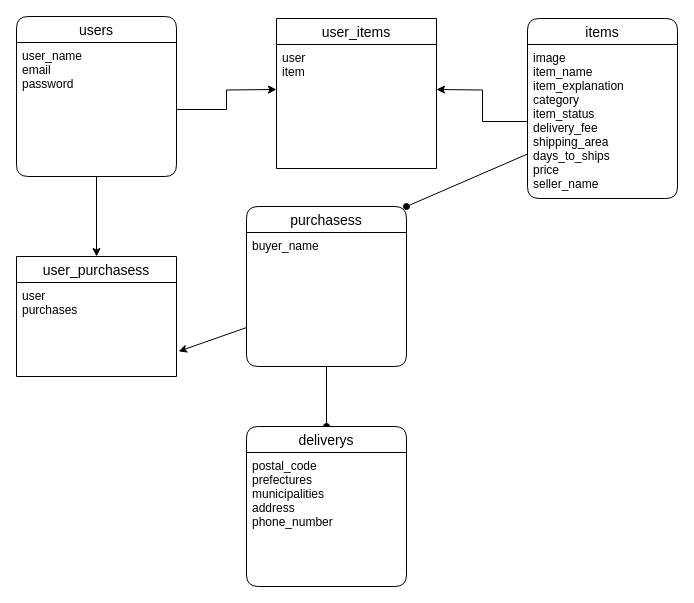
Above: test.dio in yamamuro1138/furima-29632 (draw.io), before the change. Source tidied: cells renumbered, new cells numbered last; positions are measured from the earlier drawing's top-left corner, leaving out a move shared by most shapes. Both pictures are drawn from the tidied source at 100%, with x=0, y=0 at pixel (16, 16).
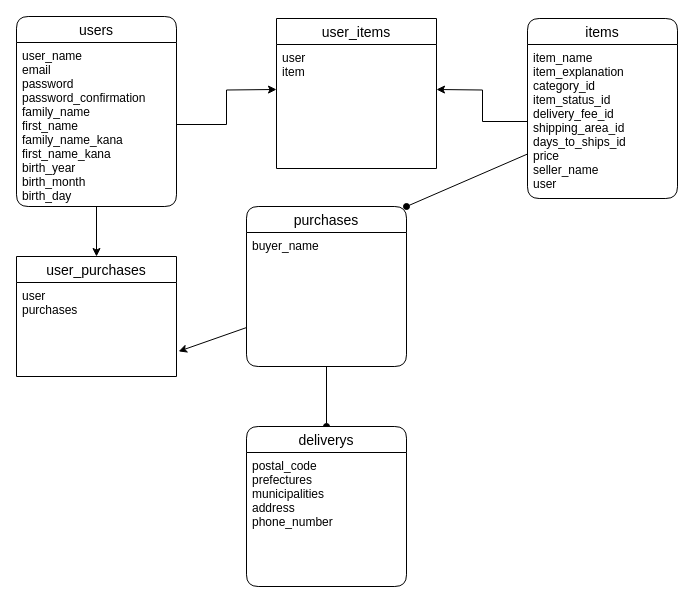
Above is the later version.

The change refers to these unchanged cells:
```xml
<mxCell id="6" value="items" style="swimlane;fontStyle=0;horizontal=1;startSize=26;align=center;fontSize=14;rounded=1;" parent="1" vertex="1">
  <mxGeometry x="511" y="2" width="150" height="180" as="geometry" />
</mxCell>
```

Change to the diagram source:
```diff
@@
     <mxCell id="4" value="users" style="swimlane;fontStyle=0;horizontal=1;startSize=26;align=center;fontSize=14;rounded=1;" parent="1" vertex="1">
-      <mxGeometry width="160" height="160" as="geometry" />
+      <mxGeometry width="160" height="190" as="geometry" />
     </mxCell>
-    <mxCell id="5" value="user_name&#10;email&#10;password" style="text;strokeColor=none;fillColor=none;spacingLeft=4;spacingRight=4;overflow=hidden;points=[[0,0.5],[1,0.5]];portConstraint=eastwest;fontSize=12;rounded=1;" parent="4" vertex="1">
-      <mxGeometry y="26" width="160" height="134" as="geometry" />
+    <mxCell id="5" value="user_name&#10;email&#10;password&#10;password_confirmation&#10;family_name&#10;first_name&#10;family_name_kana&#10;first_name_kana&#10;birth_year&#10;birth_month&#10;birth_day" style="text;strokeColor=none;fillColor=none;spacingLeft=4;spacingRight=4;overflow=hidden;points=[[0,0.5],[1,0.5]];portConstraint=eastwest;fontSize=12;rounded=1;" parent="4" vertex="1">
+      <mxGeometry y="26" width="160" height="164" as="geometry" />
     </mxCell>
@@
-    <mxCell id="7" value="image&#10;item_name&#10;item_explanation&#10;category&#10;item_status&#10;delivery_fee&#10;shipping_area&#10;days_to_ships&#10;price&#10;seller_name&#10;" style="text;strokeColor=none;fillColor=none;spacingLeft=4;spacingRight=4;overflow=hidden;points=[[0,0.5],[1,0.5]];portConstraint=eastwest;fontSize=12;rounded=1;" parent="6" vertex="1">
+    <mxCell id="7" value="item_name&#10;item_explanation&#10;category_id&#10;item_status_id&#10;delivery_fee_id&#10;shipping_area_id&#10;days_to_ships_id&#10;price&#10;seller_name&#10;user" style="text;strokeColor=none;fillColor=none;spacingLeft=4;spacingRight=4;overflow=hidden;points=[[0,0.5],[1,0.5]];portConstraint=eastwest;fontSize=12;rounded=1;" parent="6" vertex="1">
       <mxGeometry y="26" width="150" height="154" as="geometry" />
     </mxCell>
@@
-    <mxCell id="9" value="purchasess" style="swimlane;fontStyle=0;horizontal=1;startSize=26;align=center;fontSize=14;rounded=1;" parent="1" vertex="1">
+    <mxCell id="9" value="purchases" style="swimlane;fontStyle=0;horizontal=1;startSize=26;align=center;fontSize=14;rounded=1;" parent="1" vertex="1">
       <mxGeometry x="230" y="190" width="160" height="160" as="geometry" />
     </mxCell>
@@
-    <mxCell id="18" value="user_purchasess" style="swimlane;fontStyle=0;horizontal=1;startSize=26;align=center;fontSize=14;" parent="1" vertex="1">
+    <mxCell id="18" value="user_purchases" style="swimlane;fontStyle=0;horizontal=1;startSize=26;align=center;fontSize=14;" parent="1" vertex="1">
       <mxGeometry y="240" width="160" height="120" as="geometry" />
     </mxCell>
```
